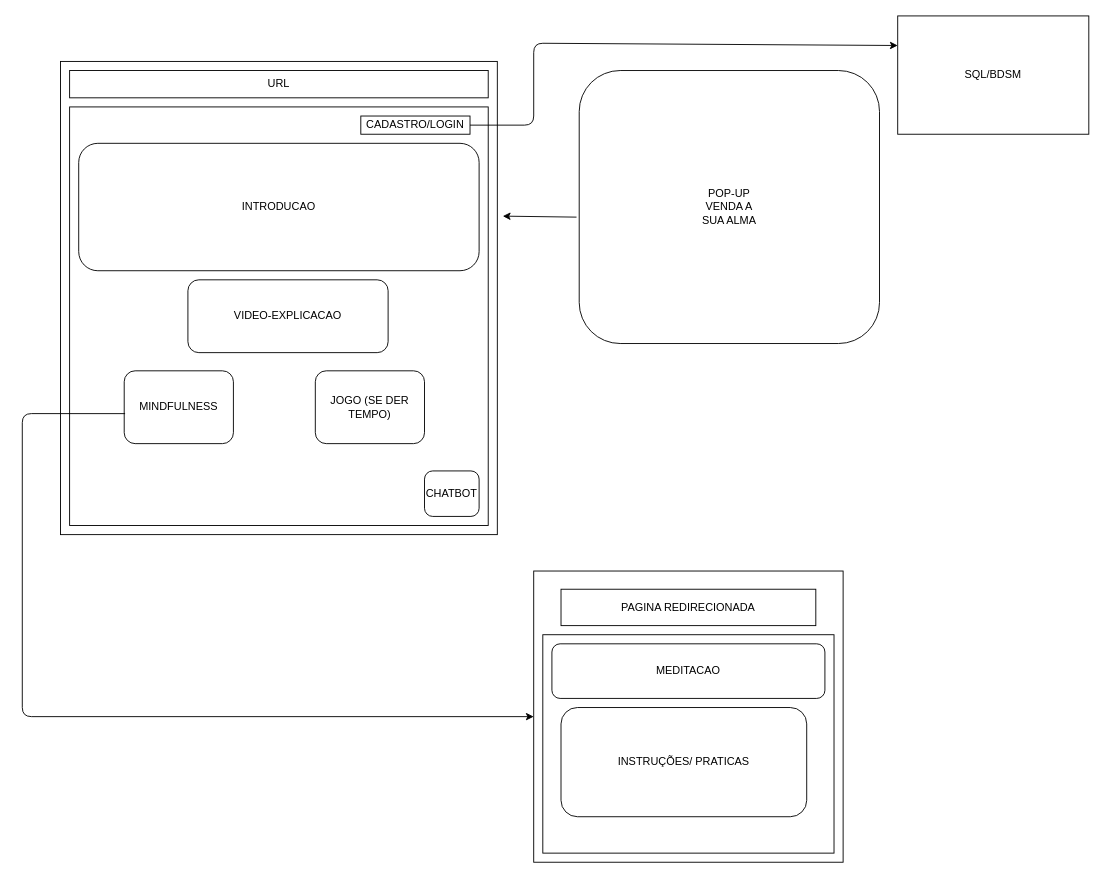
Before: Untitled Diagram.drawio in MathMeneguim/Projects, a draw.io diagram. Source tidied: cells renumbered, new cells numbered last; positions are measured from the earlier drawing's top-left corner, leaving out a move shared by most shapes. Both pictures are drawn from the tidied source at 91%, with x=0, y=0 at pixel (22, 15).
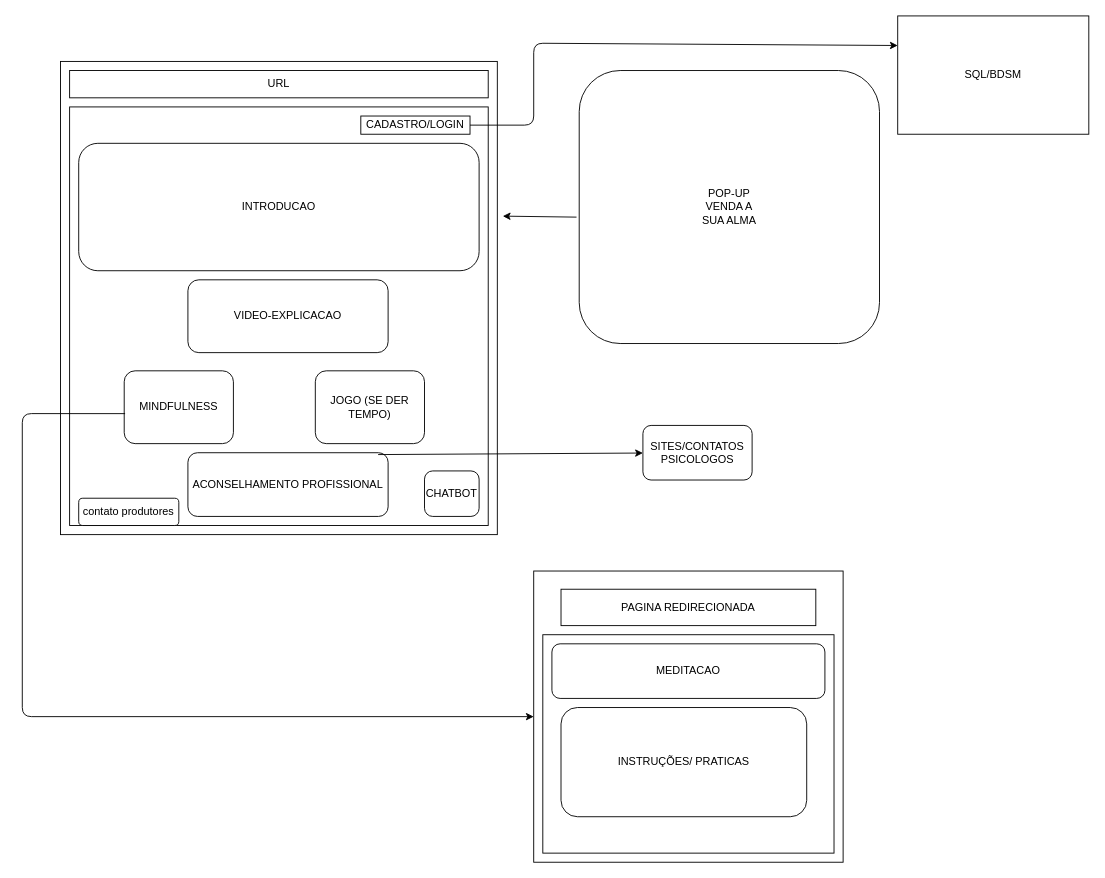
Above is the later version.

What changed in the source:
```diff
@@
+    <mxCell id="22" value="ACONSELHAMENTO PROFISSIONAL" style="rounded=1;whiteSpace=wrap;html=1;" parent="1" vertex="1">
+      <mxGeometry x="182" y="480" width="220" height="70" as="geometry" />
+    </mxCell>
+    <mxCell id="23" style="endArrow=classic;html=1;exitX=0.95;exitY=0.029;exitDx=0;exitDy=0;exitPerimeter=0;" parent="1" edge="1" source="22" target="24">
+      <mxGeometry relative="1" as="geometry" />
+    </mxCell>
+    <mxCell id="24" value="SITES/CONTATOS PSICOLOGOS" style="rounded=1;whiteSpace=wrap;html=1;" parent="1" vertex="1">
+      <mxGeometry x="682" y="450" width="120" height="60" as="geometry" />
+    </mxCell>
+    <mxCell id="25" value="contato produtores" style="rounded=1;whiteSpace=wrap;html=1;" parent="1" vertex="1">
+      <mxGeometry x="62" y="530" width="110" height="30" as="geometry" />
+    </mxCell>
```
